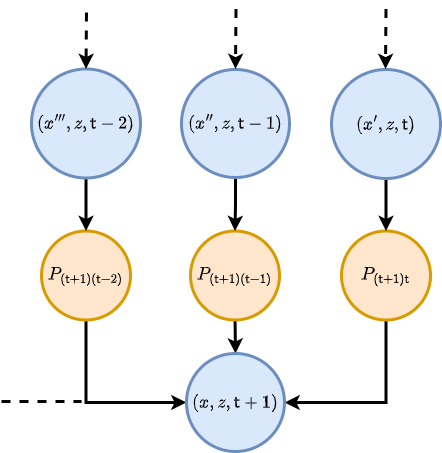
Before: images/chapter-4-master-eq-graph.drawio.png, a diagram exported from draw.io (umbralcalc/worlds-of-observation). Source tidied: cells renumbered, new cells last; positions are measured from the earlier drawing's top-left corner, leaving out a move shared by most shapes.
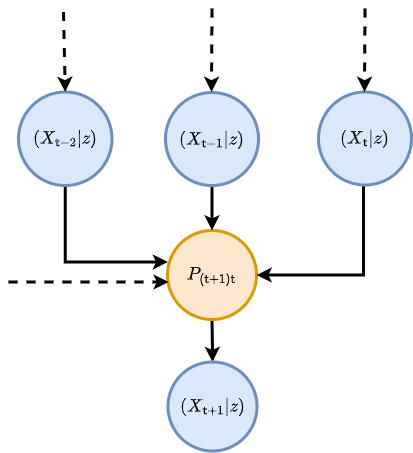
The same file after the commit.

The edit, as a diff of the source:
```diff
@@ -2,77 +2,70 @@
   <root>
     <mxCell id="0" />
     <mxCell id="1" parent="0" />
-    <mxCell id="2" style="edgeStyle=orthogonalEdgeStyle;rounded=0;jettySize=auto;html=1;fontSize=18;strokeWidth=3;entryX=0;entryY=0.5;entryDx=0;entryDy=0;" parent="1" edge="1" source="3" target="9">
-      <mxGeometry relative="1" as="geometry">
-        <Array as="points">
-          <mxPoint x="85" y="394" />
-        </Array>
-      </mxGeometry>
-    </mxCell>
-    <mxCell id="3" value="&lt;font style=&quot;font-size: 15px;&quot;&gt;$$P_{({\sf t}+1)({\sf t}-2)}$$&lt;/font&gt;" style="ellipse;whiteSpace=wrap;html=1;fillColor=#ffe6cc;strokeColor=#d79b00;strokeWidth=3;" parent="1" vertex="1">
-      <mxGeometry x="40" y="222.5" width="89" height="89" as="geometry" />
-    </mxCell>
     <mxCell id="4" style="edgeStyle=orthogonalEdgeStyle;rounded=0;jettySize=auto;html=1;strokeWidth=3;fontSize=18;entryX=0.5;entryY=0;entryDx=0;entryDy=0;" parent="1" edge="1" target="9">
       <mxGeometry relative="1" as="geometry">
-        <mxPoint x="233" y="268.8" as="sourcePoint" />
+        <mxPoint x="53" y="182.2" as="sourcePoint" />
       </mxGeometry>
     </mxCell>
-    <mxCell id="5" style="edgeStyle=orthogonalEdgeStyle;rounded=0;jettySize=auto;html=1;entryX=1;entryY=0.5;entryDx=0;entryDy=0;strokeWidth=3;fontSize=18;exitX=0.5;exitY=1;exitDx=0;exitDy=0;" parent="1" edge="1" source="8" target="9">
-      <mxGeometry relative="1" as="geometry">
-        <Array as="points">
-          <mxPoint x="385" y="394" />
-        </Array>
-      </mxGeometry>
-    </mxCell>
-    <mxCell id="6" style="endArrow=none;html=1;rounded=0;strokeWidth=3;fontSize=18;dashed=1;" parent="1" edge="1">
-      <mxGeometry relative="1" as="geometry">
-        <mxPoint y="393" as="sourcePoint" />
-        <mxPoint x="80" y="393" as="targetPoint" />
-      </mxGeometry>
-    </mxCell>
-    <mxCell id="7" value="&lt;font style=&quot;font-size: 15px;&quot;&gt;$$P_{({\sf t}+1)({\sf t}-1)}$$&lt;/font&gt;" style="ellipse;whiteSpace=wrap;html=1;fillColor=#ffe6cc;strokeColor=#d79b00;strokeWidth=3;" parent="1" vertex="1">
-      <mxGeometry x="189" y="222.5" width="89" height="89" as="geometry" />
+    <mxCell id="7" value="&lt;font style=&quot;font-size: 15px;&quot;&gt;$$P_{({\sf t}+1){\sf t}}$$&lt;/font&gt;" style="ellipse;whiteSpace=wrap;html=1;fillColor=#ffe6cc;strokeColor=#d79b00;strokeWidth=3;" parent="1" vertex="1">
+      <mxGeometry x="9" y="136" width="89" height="89" as="geometry" />
     </mxCell>
-    <mxCell id="8" value="&lt;font style=&quot;font-size: 15px;&quot;&gt;$$P_{({\sf t}+1){\sf t}}$$&lt;/font&gt;" style="ellipse;whiteSpace=wrap;html=1;fillColor=#ffe6cc;strokeColor=#d79b00;strokeWidth=3;" parent="1" vertex="1">
-      <mxGeometry x="340" y="222.5" width="89" height="89" as="geometry" />
-    </mxCell>
-    <mxCell id="9" value="&lt;font style=&quot;font-size: 15px;&quot;&gt;$$(x,z, {{\sf t}+1})$$&lt;/font&gt;" style="ellipse;whiteSpace=wrap;html=1;fillColor=#dae8fc;strokeColor=#6c8ebf;strokeWidth=3;" parent="1" vertex="1">
-      <mxGeometry x="185" y="345" width="98" height="98" as="geometry" />
+    <mxCell id="9" value="&lt;font style=&quot;font-size: 15px;&quot;&gt;$$(X_{{\sf t}+1}\vert z)$$&lt;/font&gt;" style="ellipse;whiteSpace=wrap;html=1;fillColor=#dae8fc;strokeColor=#6c8ebf;strokeWidth=3;" parent="1" vertex="1">
+      <mxGeometry x="9.5" y="267.5" width="89" height="89" as="geometry" />
     </mxCell>
-    <mxCell id="10" style="edgeStyle=orthogonalEdgeStyle;rounded=0;jettySize=auto;html=1;entryX=0.5;entryY=0;entryDx=0;entryDy=0;strokeWidth=3;fontSize=15;" parent="1" edge="1" source="11" target="8">
-      <mxGeometry relative="1" as="geometry" />
+    <mxCell id="10" style="edgeStyle=orthogonalEdgeStyle;rounded=0;jettySize=auto;html=1;entryX=1;entryY=0.5;entryDx=0;entryDy=0;strokeWidth=3;fontSize=15;" parent="1" edge="1" source="11" target="7">
+      <mxGeometry relative="1" as="geometry">
+        <Array as="points">
+          <mxPoint x="205" y="180.5" />
+        </Array>
+      </mxGeometry>
     </mxCell>
-    <mxCell id="11" value="&lt;font style=&quot;font-size: 15px;&quot;&gt;$$(x',z, {{\sf t}})$$&lt;/font&gt;" style="ellipse;whiteSpace=wrap;html=1;fillColor=#dae8fc;strokeColor=#6c8ebf;strokeWidth=3;" parent="1" vertex="1">
-      <mxGeometry x="330" y="61" width="109" height="109" as="geometry" />
+    <mxCell id="11" value="&lt;font style=&quot;font-size: 15px;&quot;&gt;$$(X_{{\sf t}}\vert z)$$&lt;/font&gt;" style="ellipse;whiteSpace=wrap;html=1;fillColor=#dae8fc;strokeColor=#6c8ebf;strokeWidth=3;" parent="1" vertex="1">
+      <mxGeometry x="160" y="-2.5" width="93" height="93" as="geometry" />
     </mxCell>
-    <mxCell id="12" style="edgeStyle=orthogonalEdgeStyle;rounded=0;jettySize=auto;html=1;strokeWidth=3;fontSize=15;" parent="1" edge="1" source="13" target="7">
+    <mxCell id="12" style="edgeStyle=orthogonalEdgeStyle;rounded=0;jettySize=auto;html=1;entryX=0.5;entryY=0;entryDx=0;entryDy=0;strokeWidth=3;" parent="1" edge="1" source="13" target="7">
       <mxGeometry relative="1" as="geometry" />
     </mxCell>
-    <mxCell id="13" value="&lt;font style=&quot;font-size: 15px;&quot;&gt;$$(x'',z, {{\sf t}-1})$$&lt;/font&gt;" style="ellipse;whiteSpace=wrap;html=1;fillColor=#dae8fc;strokeColor=#6c8ebf;strokeWidth=3;" parent="1" vertex="1">
-      <mxGeometry x="180" y="61" width="108" height="108" as="geometry" />
+    <mxCell id="13" value="&lt;font style=&quot;font-size: 15px;&quot;&gt;$$(X_{{\sf t}-1}\vert z)$$&lt;/font&gt;" style="ellipse;whiteSpace=wrap;html=1;fillColor=#dae8fc;strokeColor=#6c8ebf;strokeWidth=3;" parent="1" vertex="1">
+      <mxGeometry x="7" y="-2" width="93" height="93" as="geometry" />
     </mxCell>
-    <mxCell id="14" style="edgeStyle=orthogonalEdgeStyle;rounded=0;jettySize=auto;html=1;entryX=0.5;entryY=0;entryDx=0;entryDy=0;strokeWidth=3;fontSize=15;" parent="1" edge="1" source="15" target="3">
-      <mxGeometry relative="1" as="geometry" />
+    <mxCell id="14" style="edgeStyle=orthogonalEdgeStyle;rounded=0;jettySize=auto;html=1;strokeWidth=3;fontSize=15;entryX=-0.022;entryY=0.354;entryDx=0;entryDy=0;entryPerimeter=0;exitX=0.5;exitY=1;exitDx=0;exitDy=0;" parent="1" edge="1" source="15">
+      <mxGeometry relative="1" as="geometry">
+        <mxPoint x="9.5" y="167.5" as="targetPoint" />
+        <Array as="points">
+          <mxPoint x="-93" y="167.5" />
+        </Array>
+      </mxGeometry>
     </mxCell>
-    <mxCell id="15" value="&lt;font style=&quot;font-size: 15px;&quot;&gt;$$(x''',z, {{\sf t}-2})$$&lt;/font&gt;" style="ellipse;whiteSpace=wrap;html=1;fillColor=#dae8fc;strokeColor=#6c8ebf;strokeWidth=3;" parent="1" vertex="1">
-      <mxGeometry x="30" y="60.5" width="109" height="109" as="geometry" />
+    <mxCell id="15" value="&lt;font style=&quot;font-size: 15px;&quot;&gt;$$(X_{{\sf t}-2}\vert z)$$&lt;/font&gt;" style="ellipse;whiteSpace=wrap;html=1;fillColor=#dae8fc;strokeColor=#6c8ebf;strokeWidth=3;" parent="1" vertex="1">
+      <mxGeometry x="-140" y="-2.5" width="93.5" height="93.5" as="geometry" />
     </mxCell>
     <mxCell id="16" style="endArrow=classic;html=1;rounded=0;strokeWidth=3;fontSize=15;dashed=1;entryX=0.5;entryY=0;entryDx=0;entryDy=0;" parent="1" edge="1" target="15">
       <mxGeometry relative="1" as="geometry">
-        <mxPoint x="85" y="4" as="sourcePoint" />
+        <mxPoint x="-95" y="-82.5" as="sourcePoint" />
       </mxGeometry>
     </mxCell>
-    <mxCell id="17" style="endArrow=classic;html=1;rounded=0;strokeWidth=3;fontSize=15;dashed=1;entryX=0.5;entryY=0;entryDx=0;entryDy=0;" parent="1" edge="1">
-      <mxGeometry relative="1" as="geometry">
-        <mxPoint x="234.5" y="0.5" as="sourcePoint" />
-        <mxPoint x="234" y="60.5" as="targetPoint" />
-      </mxGeometry>
-    </mxCell>
-    <mxCell id="18" style="endArrow=classic;html=1;rounded=0;strokeWidth=3;fontSize=15;dashed=1;entryX=0.5;entryY=0;entryDx=0;entryDy=0;" parent="1" edge="1">
-      <mxGeometry relative="1" as="geometry">
-        <mxPoint x="384.5" y="0.5" as="sourcePoint" />
-        <mxPoint x="384" y="60.5" as="targetPoint" />
-      </mxGeometry>
-    </mxCell>
+    <mxCell id="19" style="endArrow=classic;html=1;rounded=0;strokeWidth=3;fontSize=15;dashed=1;entryX=0.5;entryY=0;entryDx=0;entryDy=0;" parent="1" edge="1">
+      <mxGeometry relative="1" as="geometry">
+        <mxPoint x="206.5" y="-86" as="sourcePoint" />
+        <mxPoint x="206" y="-2.5" as="targetPoint" />
+      </mxGeometry>
+    </mxCell>
+    <mxCell id="20" style="endArrow=classic;html=1;rounded=0;strokeWidth=3;fontSize=15;dashed=1;entryX=0.5;entryY=0;entryDx=0;entryDy=0;" parent="1" edge="1">
+      <mxGeometry relative="1" as="geometry">
+        <mxPoint x="53.5" y="-86" as="sourcePoint" />
+        <mxPoint x="53" y="-2.5" as="targetPoint" />
+      </mxGeometry>
+    </mxCell>
+    <mxCell id="21" style="edgeStyle=orthogonalEdgeStyle;rounded=0;orthogonalLoop=1;jettySize=auto;html=1;strokeWidth=3;fontSize=15;entryX=-0.022;entryY=0.354;entryDx=0;entryDy=0;entryPerimeter=0;dashed=1;" parent="1" edge="1">
+      <mxGeometry relative="1" as="geometry">
+        <mxPoint x="-150" y="187.5" as="sourcePoint" />
+        <mxPoint x="10.2" y="187.5" as="targetPoint" />
+        <Array as="points">
+          <mxPoint x="-140" y="187.5" />
+          <mxPoint x="-140" y="187.5" />
+        </Array>
+      </mxGeometry>
+    </mxCell>
   </root>
 </mxGraphModel>
```
